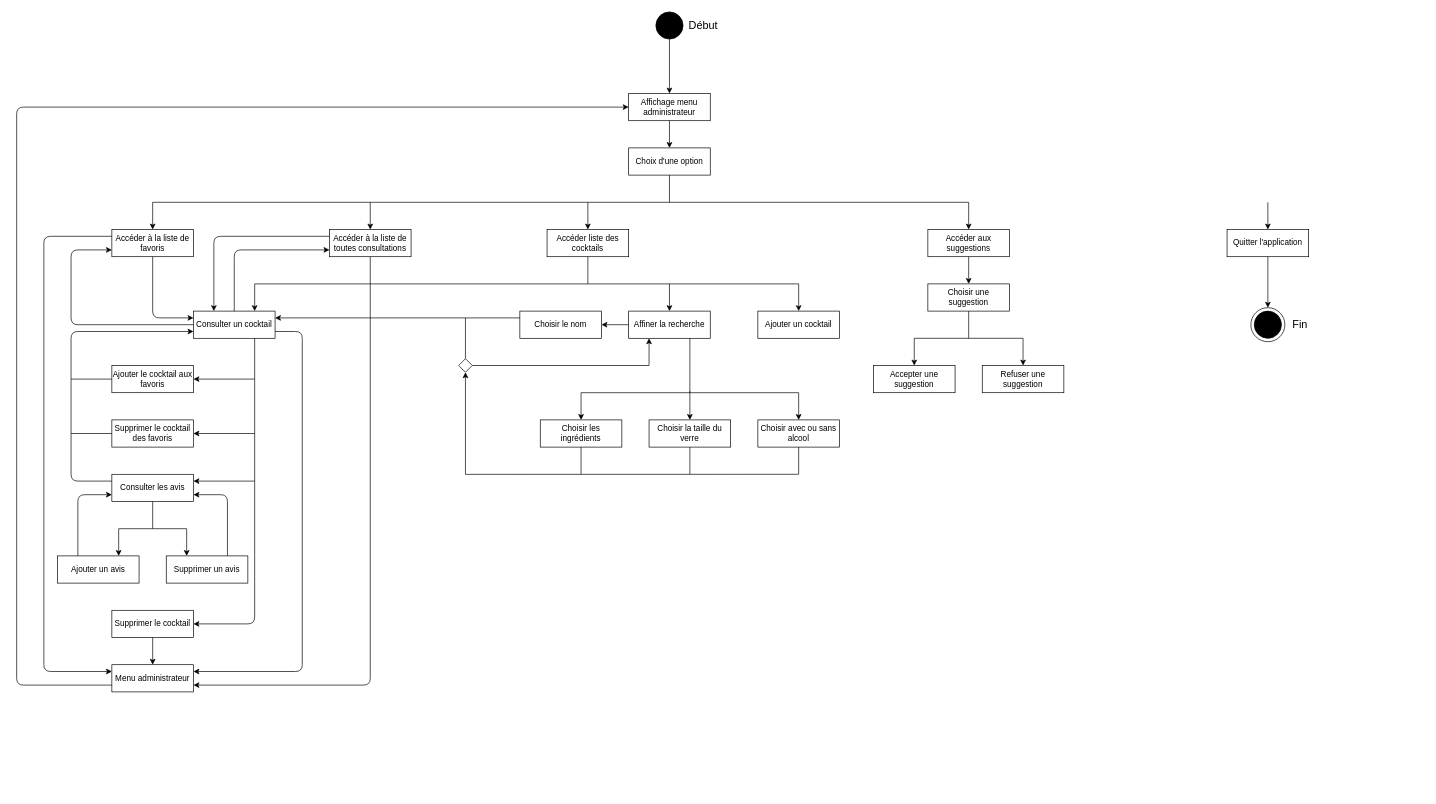
This is Diagramme d'état du menu administrateur.drawio from wahib299/ProjetInfo2A, a draw.io file, before an edit. Source tidied: cells renumbered, new cells numbered last; positions are measured from the earlier drawing's top-left corner, leaving out a move shared by most shapes. Both pictures are drawn from the tidied source at 68%, with x=0, y=0 at pixel (16, 12).
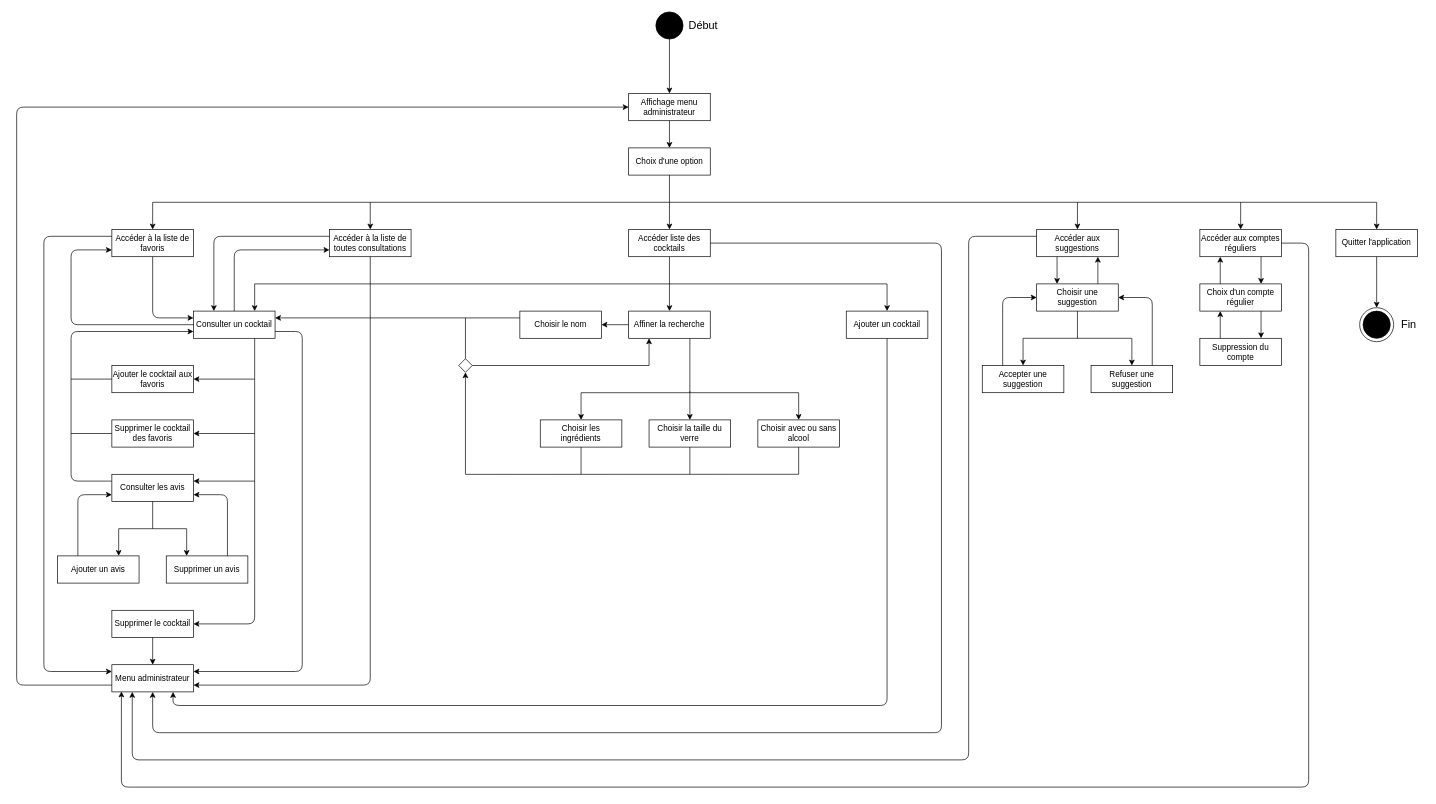
The same diagram, later.

Unchanged cells that the change refers to:
```xml
<mxCell id="36" value="Menu administrateur" style="rounded=0;whiteSpace=wrap;html=1;fillColor=#FFFFFF;" parent="1" vertex="1">
  <mxGeometry x="140" y="960" width="120" height="40" as="geometry" />
</mxCell>
```

Change to the diagram source:
```diff
@@
     <mxCell id="4" style="endArrow=none;html=1;" parent="1" edge="1">
       <mxGeometry relative="1" as="geometry">
         <mxPoint x="200" y="280" as="sourcePoint" />
-        <mxPoint x="1400" y="280" as="targetPoint" />
+        <mxPoint x="2000" y="280" as="targetPoint" />
       </mxGeometry>
     </mxCell>
@@
     <mxCell id="6" value="Accéder liste des cocktails" style="rounded=0;whiteSpace=wrap;html=1;fillColor=#FFFFFF;" parent="1" vertex="1">
-      <mxGeometry x="780" y="320" width="120" height="40" as="geometry" />
+      <mxGeometry x="900" y="320" width="120" height="40" as="geometry" />
     </mxCell>
     <mxCell id="7" style="endArrow=classic;html=1;entryX=0.5;entryY=0;entryDx=0;entryDy=0;" parent="1" edge="1" target="6">
       <mxGeometry relative="1" as="geometry">
-        <mxPoint x="840" y="280" as="sourcePoint" />
+        <mxPoint x="960" y="280" as="sourcePoint" />
       </mxGeometry>
     </mxCell>
@@
     <mxCell id="9" value="Quitter l'application" style="rounded=0;whiteSpace=wrap;html=1;fillColor=#FFFFFF;" parent="1" vertex="1">
-      <mxGeometry x="1780" y="320" width="120" height="40" as="geometry" />
+      <mxGeometry x="1940" y="320" width="120" height="40" as="geometry" />
     </mxCell>
     <mxCell id="10" style="endArrow=classic;html=1;entryX=0.5;entryY=0;entryDx=0;entryDy=0;" parent="1" edge="1" target="9">
       <mxGeometry relative="1" as="geometry">
-        <mxPoint x="1840" y="280" as="sourcePoint" />
+        <mxPoint x="2000" y="280" as="sourcePoint" />
       </mxGeometry>
     </mxCell>
     <mxCell id="11" style="ellipse;whiteSpace=wrap;html=1;fillColor=none;" parent="1" vertex="1">
-      <mxGeometry x="1815" y="435" width="50" height="50" as="geometry" />
+      <mxGeometry x="1975" y="435" width="50" height="50" as="geometry" />
     </mxCell>
     <mxCell id="12" style="ellipse;whiteSpace=wrap;html=1;fillColor=#000000;" parent="1" vertex="1">
-      <mxGeometry x="1820" y="440" width="40" height="40" as="geometry" />
+      <mxGeometry x="1980" y="440" width="40" height="40" as="geometry" />
     </mxCell>
@@
     <mxCell id="14" value="&lt;font style=&quot;font-size: 16px&quot;&gt;Fin&lt;/font&gt;" style="text;html=1;strokeColor=none;fillColor=none;align=center;verticalAlign=middle;whiteSpace=wrap;rounded=0;" parent="1" vertex="1">
-      <mxGeometry x="1865" y="450" width="45" height="20" as="geometry" />
+      <mxGeometry x="2025" y="450" width="45" height="20" as="geometry" />
     </mxCell>
@@
     <mxCell id="18" style="endArrow=none;html=1;" parent="1" edge="1">
       <mxGeometry relative="1" as="geometry">
         <mxPoint x="350" y="400" as="sourcePoint" />
-        <mxPoint x="1150" y="400" as="targetPoint" />
+        <mxPoint x="1280" y="400" as="targetPoint" />
       </mxGeometry>
     </mxCell>
@@
-    <mxCell id="23" style="endArrow=none;html=1;" parent="1" edge="1">
+    <mxCell id="23" style="endArrow=none;html=1;entryX=0.5;entryY=1;entryDx=0;entryDy=0;" parent="1" edge="1" target="6">
       <mxGeometry relative="1" as="geometry">
-        <mxPoint x="840" y="400" as="sourcePoint" />
-        <mxPoint x="840" y="360" as="targetPoint" />
+        <mxPoint x="960" y="400" as="sourcePoint" />
       </mxGeometry>
     </mxCell>
@@
     <mxCell id="63" value="Ajouter un cocktail" style="rounded=0;whiteSpace=wrap;html=1;fillColor=#FFFFFF;" parent="1" vertex="1">
-      <mxGeometry x="1090" y="440" width="120" height="40" as="geometry" />
+      <mxGeometry x="1220" y="440" width="120" height="40" as="geometry" />
     </mxCell>
     <mxCell id="64" style="endArrow=classic;html=1;entryX=0.5;entryY=0;entryDx=0;entryDy=0;" parent="1" edge="1" target="63">
       <mxGeometry relative="1" as="geometry">
-        <mxPoint x="1150" y="400" as="sourcePoint" />
+        <mxPoint x="1280" y="400" as="sourcePoint" />
       </mxGeometry>
     </mxCell>
@@
     <mxCell id="79" value="Accéder aux suggestions" style="rounded=0;whiteSpace=wrap;html=1;fillColor=#FFFFFF;" parent="1" vertex="1">
-      <mxGeometry x="1340" y="320" width="120" height="40" as="geometry" />
+      <mxGeometry x="1500" y="320" width="120" height="40" as="geometry" />
     </mxCell>
     <mxCell id="80" style="endArrow=classic;html=1;entryX=0.5;entryY=0;entryDx=0;entryDy=0;" parent="1" edge="1" target="79">
       <mxGeometry relative="1" as="geometry">
-        <mxPoint x="1400" y="280" as="sourcePoint" />
+        <mxPoint x="1560" y="280" as="sourcePoint" />
       </mxGeometry>
     </mxCell>
     <mxCell id="81" value="Accepter une suggestion" style="rounded=0;whiteSpace=wrap;html=1;fillColor=#FFFFFF;" parent="1" vertex="1">
-      <mxGeometry x="1260" y="520" width="120" height="40" as="geometry" />
+      <mxGeometry x="1420" y="520" width="120" height="40" as="geometry" />
     </mxCell>
     <mxCell id="82" style="endArrow=classic;html=1;entryX=0.5;entryY=0;entryDx=0;entryDy=0;" parent="1" edge="1" target="81">
       <mxGeometry relative="1" as="geometry">
-        <mxPoint x="1320" y="480" as="sourcePoint" />
+        <mxPoint x="1480" y="480" as="sourcePoint" />
       </mxGeometry>
     </mxCell>
     <mxCell id="83" value="Refuser une suggestion" style="rounded=0;whiteSpace=wrap;html=1;fillColor=#FFFFFF;" parent="1" vertex="1">
-      <mxGeometry x="1420" y="520" width="120" height="40" as="geometry" />
+      <mxGeometry x="1580" y="520" width="120" height="40" as="geometry" />
     </mxCell>
     <mxCell id="84" style="endArrow=classic;html=1;entryX=0.5;entryY=0;entryDx=0;entryDy=0;" parent="1" edge="1" target="83">
       <mxGeometry relative="1" as="geometry">
-        <mxPoint x="1480" y="480" as="sourcePoint" />
+        <mxPoint x="1640" y="480" as="sourcePoint" />
       </mxGeometry>
     </mxCell>
     <mxCell id="85" value="Choisir une suggestion" style="rounded=0;whiteSpace=wrap;html=1;fillColor=#FFFFFF;" parent="1" vertex="1">
-      <mxGeometry x="1340" y="400" width="120" height="40" as="geometry" />
+      <mxGeometry x="1500" y="400" width="120" height="40" as="geometry" />
     </mxCell>
-    <mxCell id="86" style="endArrow=classic;html=1;entryX=0.5;entryY=0;entryDx=0;entryDy=0;" parent="1" edge="1" target="85">
-      <mxGeometry relative="1" as="geometry">
-        <mxPoint x="1400" y="360" as="sourcePoint" />
-      </mxGeometry>
+    <mxCell id="86" style="endArrow=classic;html=1;entryX=0.25;entryY=0;entryDx=0;entryDy=0;exitX=0.25;exitY=1;exitDx=0;exitDy=0;" parent="1" edge="1" source="79" target="85">
+      <mxGeometry relative="1" as="geometry" />
     </mxCell>
     <mxCell id="87" style="endArrow=none;html=1;" parent="1" edge="1">
       <mxGeometry relative="1" as="geometry">
-        <mxPoint x="1320" y="480" as="sourcePoint" />
-        <mxPoint x="1480" y="480" as="targetPoint" />
+        <mxPoint x="1480" y="480" as="sourcePoint" />
+        <mxPoint x="1640" y="480" as="targetPoint" />
       </mxGeometry>
     </mxCell>
     <mxCell id="88" style="endArrow=none;html=1;entryX=0.5;entryY=1;entryDx=0;entryDy=0;" parent="1" edge="1" target="85">
       <mxGeometry relative="1" as="geometry">
-        <mxPoint x="1400" y="480" as="sourcePoint" />
+        <mxPoint x="1560" y="480" as="sourcePoint" />
       </mxGeometry>
     </mxCell>
+    <mxCell id="89" style="endArrow=classic;html=1;entryX=0;entryY=0.5;entryDx=0;entryDy=0;exitX=0.25;exitY=0;exitDx=0;exitDy=0;" parent="1" edge="1" source="81" target="85">
+      <mxGeometry relative="1" as="geometry">
+        <Array as="points">
+          <mxPoint x="1450" y="420" />
+        </Array>
+      </mxGeometry>
+    </mxCell>
+    <mxCell id="90" style="endArrow=classic;html=1;entryX=1;entryY=0.5;entryDx=0;entryDy=0;exitX=0.75;exitY=0;exitDx=0;exitDy=0;" parent="1" edge="1" source="83" target="85">
+      <mxGeometry relative="1" as="geometry">
+        <Array as="points">
+          <mxPoint x="1670" y="420" />
+        </Array>
+      </mxGeometry>
+    </mxCell>
+    <mxCell id="91" style="endArrow=classic;html=1;entryX=0.5;entryY=1;entryDx=0;entryDy=0;exitX=1;exitY=0.5;exitDx=0;exitDy=0;" parent="1" edge="1" source="6" target="36">
+      <mxGeometry relative="1" as="geometry">
+        <Array as="points">
+          <mxPoint x="1360" y="340" />
+          <mxPoint x="1360" y="1060" />
+          <mxPoint x="200" y="1060" />
+        </Array>
+      </mxGeometry>
+    </mxCell>
+    <mxCell id="92" style="endArrow=classic;html=1;entryX=0.75;entryY=1;entryDx=0;entryDy=0;exitX=0.5;exitY=1;exitDx=0;exitDy=0;" parent="1" edge="1" source="63" target="36">
+      <mxGeometry relative="1" as="geometry">
+        <Array as="points">
+          <mxPoint x="1280" y="1020" />
+          <mxPoint x="230" y="1020" />
+        </Array>
+      </mxGeometry>
+    </mxCell>
+    <mxCell id="93" style="endArrow=classic;html=1;entryX=0.25;entryY=1;entryDx=0;entryDy=0;exitX=0;exitY=0.25;exitDx=0;exitDy=0;" parent="1" edge="1" source="79" target="36">
+      <mxGeometry relative="1" as="geometry">
+        <Array as="points">
+          <mxPoint x="1400" y="330" />
+          <mxPoint x="1400" y="1100" />
+          <mxPoint x="170" y="1100" />
+        </Array>
+      </mxGeometry>
+    </mxCell>
+    <mxCell id="94" value="Accéder aux comptes réguliers" style="rounded=0;whiteSpace=wrap;html=1;fillColor=#FFFFFF;" parent="1" vertex="1">
+      <mxGeometry x="1740" y="320" width="120" height="40" as="geometry" />
+    </mxCell>
+    <mxCell id="95" style="endArrow=classic;html=1;entryX=0.5;entryY=0;entryDx=0;entryDy=0;" parent="1" edge="1" target="94">
+      <mxGeometry relative="1" as="geometry">
+        <mxPoint x="1800" y="280" as="sourcePoint" />
+      </mxGeometry>
+    </mxCell>
+    <mxCell id="96" value="Choix d'un compte régulier" style="rounded=0;whiteSpace=wrap;html=1;fillColor=#FFFFFF;" parent="1" vertex="1">
+      <mxGeometry x="1740" y="400" width="120" height="40" as="geometry" />
+    </mxCell>
+    <mxCell id="97" style="endArrow=classic;html=1;entryX=0.75;entryY=0;entryDx=0;entryDy=0;exitX=0.75;exitY=1;exitDx=0;exitDy=0;" parent="1" edge="1" source="94" target="96">
+      <mxGeometry relative="1" as="geometry" />
+    </mxCell>
+    <mxCell id="98" value="Suppression du compte" style="rounded=0;whiteSpace=wrap;html=1;fillColor=#FFFFFF;" parent="1" vertex="1">
+      <mxGeometry x="1740" y="480" width="120" height="40" as="geometry" />
+    </mxCell>
+    <mxCell id="99" style="endArrow=classic;html=1;entryX=0.75;entryY=0;entryDx=0;entryDy=0;exitX=0.75;exitY=1;exitDx=0;exitDy=0;" parent="1" edge="1" source="96" target="98">
+      <mxGeometry relative="1" as="geometry" />
+    </mxCell>
+    <mxCell id="100" style="endArrow=classic;html=1;exitX=0.25;exitY=0;exitDx=0;exitDy=0;entryX=0.25;entryY=1;entryDx=0;entryDy=0;" parent="1" edge="1" source="98" target="96">
+      <mxGeometry relative="1" as="geometry" />
+    </mxCell>
+    <mxCell id="101" style="endArrow=classic;html=1;entryX=0.25;entryY=1;entryDx=0;entryDy=0;exitX=0.25;exitY=0;exitDx=0;exitDy=0;" parent="1" edge="1" source="96" target="94">
+      <mxGeometry relative="1" as="geometry" />
+    </mxCell>
+    <mxCell id="102" style="endArrow=classic;html=1;entryX=0.75;entryY=1;entryDx=0;entryDy=0;exitX=0.75;exitY=0;exitDx=0;exitDy=0;" parent="1" edge="1" source="85" target="79">
+      <mxGeometry relative="1" as="geometry" />
+    </mxCell>
+    <mxCell id="103" style="endArrow=classic;html=1;exitX=1;exitY=0.5;exitDx=0;exitDy=0;entryX=0.117;entryY=0.982;entryDx=0;entryDy=0;entryPerimeter=0;" parent="1" edge="1" source="94" target="36">
+      <mxGeometry relative="1" as="geometry">
+        <Array as="points">
+          <mxPoint x="1900" y="340" />
+          <mxPoint x="1900" y="1140" />
+          <mxPoint x="154" y="1140" />
+        </Array>
+      </mxGeometry>
+    </mxCell>
```
